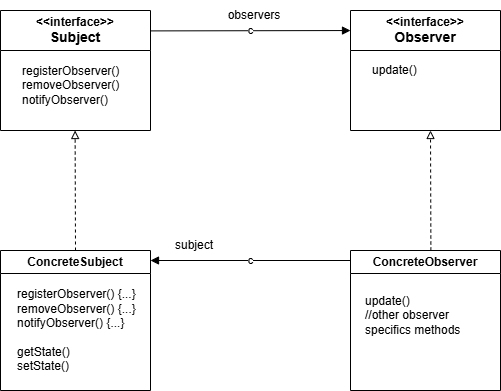
Before: diagramClass.png, a diagram exported from draw.io (mikedr/design-pattern-observer). Source tidied: cells renumbered, new cells last; positions are measured from the earlier drawing's top-left corner, leaving out a move shared by most shapes. The source it was exported from:
```xml
<mxGraphModel>
  <root>
    <mxCell id="0" />
    <mxCell id="1" parent="0" />
    <mxCell id="2" value="&amp;lt;&amp;lt;interface&amp;gt;&amp;gt;&lt;div&gt;&lt;font style=&quot;font-size: 14px;&quot;&gt;Subject&lt;/font&gt;&lt;/div&gt;" style="swimlane;whiteSpace=wrap;html=1;startSize=40;" parent="1" vertex="1">
      <mxGeometry y="10" width="150" height="120" as="geometry" />
    </mxCell>
    <mxCell id="3" value="registerObserver()&lt;div&gt;removeObserver()&lt;/div&gt;&lt;div&gt;notifyObserver()&lt;/div&gt;" style="text;html=1;align=left;verticalAlign=middle;whiteSpace=wrap;rounded=0;" parent="2" vertex="1">
      <mxGeometry x="20" y="40" width="120" height="70" as="geometry" />
    </mxCell>
    <mxCell id="4" value="&amp;lt;&amp;lt;interface&amp;gt;&amp;gt;&lt;div&gt;&lt;font style=&quot;font-size: 14px;&quot;&gt;Observer&lt;/font&gt;&lt;/div&gt;" style="swimlane;whiteSpace=wrap;html=1;startSize=40;" parent="1" vertex="1">
      <mxGeometry x="350" y="10" width="150" height="120" as="geometry" />
    </mxCell>
    <mxCell id="5" value="update()" style="text;html=1;align=left;verticalAlign=middle;whiteSpace=wrap;rounded=0;" parent="4" vertex="1">
      <mxGeometry x="20" y="40" width="120" height="40" as="geometry" />
    </mxCell>
    <mxCell id="6" value="c" style="endArrow=block;html=1;rounded=0;exitX=1.003;exitY=0.17;exitDx=0;exitDy=0;exitPerimeter=0;entryX=0;entryY=0.167;entryDx=0;entryDy=0;entryPerimeter=0;curved=0;endFill=1;" parent="1" edge="1" source="2" target="4">
      <mxGeometry relative="1" as="geometry" />
    </mxCell>
    <mxCell id="7" value="observers" style="text;html=1;align=center;verticalAlign=middle;whiteSpace=wrap;rounded=0;" parent="1" vertex="1">
      <mxGeometry x="223.5" width="60" height="30" as="geometry" />
    </mxCell>
    <mxCell id="8" value="ConcreteSubject" style="swimlane;whiteSpace=wrap;html=1;" parent="1" vertex="1">
      <mxGeometry y="250" width="150" height="140" as="geometry" />
    </mxCell>
    <mxCell id="9" value="registerObserver() {...}&lt;div&gt;removeObserver()&lt;span style=&quot;background-color: transparent; color: light-dark(rgb(0, 0, 0), rgb(255, 255, 255));&quot;&gt;&amp;nbsp;&lt;/span&gt;&lt;span style=&quot;background-color: transparent; color: light-dark(rgb(0, 0, 0), rgb(255, 255, 255));&quot;&gt;{...}&lt;/span&gt;&lt;/div&gt;&lt;div&gt;notifyObserver()&lt;span style=&quot;background-color: transparent; color: light-dark(rgb(0, 0, 0), rgb(255, 255, 255));&quot;&gt;&amp;nbsp;&lt;/span&gt;&lt;span style=&quot;background-color: transparent; color: light-dark(rgb(0, 0, 0), rgb(255, 255, 255));&quot;&gt;{...}&lt;br&gt;&lt;br&gt;getState()&lt;br&gt;setState()&lt;/span&gt;&lt;/div&gt;" style="text;html=1;align=left;verticalAlign=middle;whiteSpace=wrap;rounded=0;" parent="8" vertex="1">
      <mxGeometry x="15" y="30" width="125" height="100" as="geometry" />
    </mxCell>
    <mxCell id="10" value="ConcreteObserver" style="swimlane;whiteSpace=wrap;html=1;" parent="1" vertex="1">
      <mxGeometry x="350" y="250" width="150" height="140" as="geometry" />
    </mxCell>
    <mxCell id="11" value="update()&lt;br&gt;//other observer specifics methods" style="text;html=1;align=left;verticalAlign=middle;whiteSpace=wrap;rounded=0;" parent="10" vertex="1">
      <mxGeometry x="12.5" y="40" width="125" height="50" as="geometry" />
    </mxCell>
    <mxCell id="12" value="subject" style="text;html=1;align=center;verticalAlign=middle;whiteSpace=wrap;rounded=0;" parent="1" vertex="1">
      <mxGeometry x="163.5" y="230" width="60" height="30" as="geometry" />
    </mxCell>
    <mxCell id="13" value="c" style="endArrow=block;html=1;rounded=0;exitX=1.003;exitY=0.17;exitDx=0;exitDy=0;exitPerimeter=0;entryX=0;entryY=0.167;entryDx=0;entryDy=0;entryPerimeter=0;curved=0;endFill=1;" parent="1" edge="1">
      <mxGeometry relative="1" as="geometry">
        <mxPoint x="350" y="260" as="sourcePoint" />
        <mxPoint x="150" y="260" as="targetPoint" />
      </mxGeometry>
    </mxCell>
    <mxCell id="14" style="endArrow=block;html=1;rounded=0;exitX=0.5;exitY=0;exitDx=0;exitDy=0;curved=0;endFill=0;dashed=1;" parent="1" edge="1" source="8">
      <mxGeometry relative="1" as="geometry">
        <mxPoint x="74.6" y="130" as="targetPoint" />
      </mxGeometry>
    </mxCell>
    <mxCell id="15" style="endArrow=block;html=1;rounded=0;exitX=0.5;exitY=0;exitDx=0;exitDy=0;curved=0;endFill=0;dashed=1;" parent="1" edge="1">
      <mxGeometry relative="1" as="geometry">
        <mxPoint x="430.4" y="250" as="sourcePoint" />
        <mxPoint x="430" y="130" as="targetPoint" />
      </mxGeometry>
    </mxCell>
  </root>
</mxGraphModel>
```
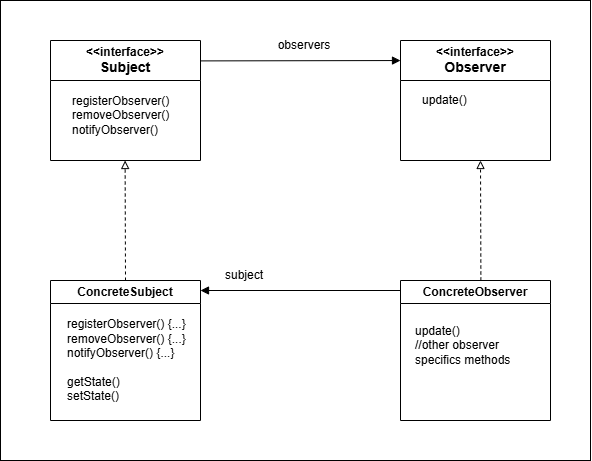
The same file after the commit.

Commit message:
Diagrama de clases

The edit, as a diff of the source:
```diff
@@ -14,7 +14,7 @@
     <mxCell id="5" value="update()" style="text;html=1;align=left;verticalAlign=middle;whiteSpace=wrap;rounded=0;" parent="4" vertex="1">
       <mxGeometry x="20" y="40" width="120" height="40" as="geometry" />
     </mxCell>
-    <mxCell id="6" value="c" style="endArrow=block;html=1;rounded=0;exitX=1.003;exitY=0.17;exitDx=0;exitDy=0;exitPerimeter=0;entryX=0;entryY=0.167;entryDx=0;entryDy=0;entryPerimeter=0;curved=0;endFill=1;" parent="1" edge="1" source="2" target="4">
+    <mxCell id="6" style="endArrow=block;html=1;rounded=0;exitX=1.003;exitY=0.17;exitDx=0;exitDy=0;exitPerimeter=0;entryX=0;entryY=0.167;entryDx=0;entryDy=0;entryPerimeter=0;curved=0;endFill=1;" parent="1" edge="1" source="2" target="4">
       <mxGeometry relative="1" as="geometry" />
     </mxCell>
     <mxCell id="7" value="observers" style="text;html=1;align=center;verticalAlign=middle;whiteSpace=wrap;rounded=0;" parent="1" vertex="1">
@@ -35,7 +35,7 @@
     <mxCell id="12" value="subject" style="text;html=1;align=center;verticalAlign=middle;whiteSpace=wrap;rounded=0;" parent="1" vertex="1">
       <mxGeometry x="163.5" y="230" width="60" height="30" as="geometry" />
     </mxCell>
-    <mxCell id="13" value="c" style="endArrow=block;html=1;rounded=0;exitX=1.003;exitY=0.17;exitDx=0;exitDy=0;exitPerimeter=0;entryX=0;entryY=0.167;entryDx=0;entryDy=0;entryPerimeter=0;curved=0;endFill=1;" parent="1" edge="1">
+    <mxCell id="13" style="endArrow=block;html=1;rounded=0;exitX=1.003;exitY=0.17;exitDx=0;exitDy=0;exitPerimeter=0;entryX=0;entryY=0.167;entryDx=0;entryDy=0;entryPerimeter=0;curved=0;endFill=1;" parent="1" edge="1">
       <mxGeometry relative="1" as="geometry">
         <mxPoint x="350" y="260" as="sourcePoint" />
         <mxPoint x="150" y="260" as="targetPoint" />
@@ -52,5 +52,8 @@
         <mxPoint x="430" y="130" as="targetPoint" />
       </mxGeometry>
     </mxCell>
+    <mxCell id="16" style="rounded=0;whiteSpace=wrap;html=1;fillColor=none;" parent="1" vertex="1">
+      <mxGeometry x="-50" y="-30" width="590" height="460" as="geometry" />
+    </mxCell>
   </root>
 </mxGraphModel>
```
